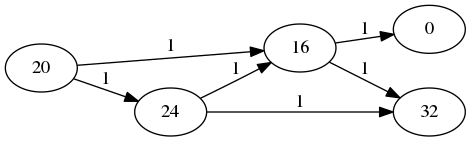
Earlier version of the Graphviz export GuiTool/image/DMRW/DMRWDot.png (iitramar/guiTool). Its source is kept beside it as GuiTool/image/DMRW/DMRWDot.dot.
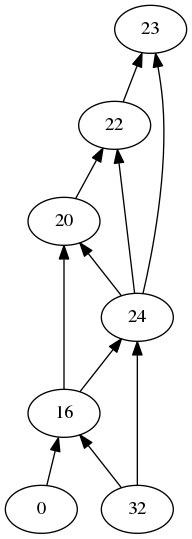
Later version of the same file.

Change to the diagram source:
```diff
@@ -1,14 +1,15 @@
 digraph DMRW{
-rankdir = LR;
-20 [pos="6,23!"];
-20 -> 16 [label="1"];
-16 [pos="2,21!"];
-16 -> 0 [label="1"];
-0 [pos="2,19!"];
-16 -> 32 [label="1"];
-32 [pos="8,19!"];
-20 -> 24 [label="1"];
-24 [pos="8,21!"];
-24 -> 16 [label="1"];
-24 -> 32 [label="1"];
+rankdir = BT;
+23 [pos="6,23!"];
+22 -> 23 22 [pos="2,21!"];
+20 -> 22 20 [pos="2,19!"];
+16 -> 20 16 [pos="2,17!"];
+0 -> 16 0 [pos="2,15!"];
+32 -> 16 ;
+32 [pos="8,15!"];
+24 -> 20 ;
+24 [pos="8,17!"];
+16 -> 24 32 -> 24 ;
+24 -> 22 ;
+24 -> 23 ;
 }
```
